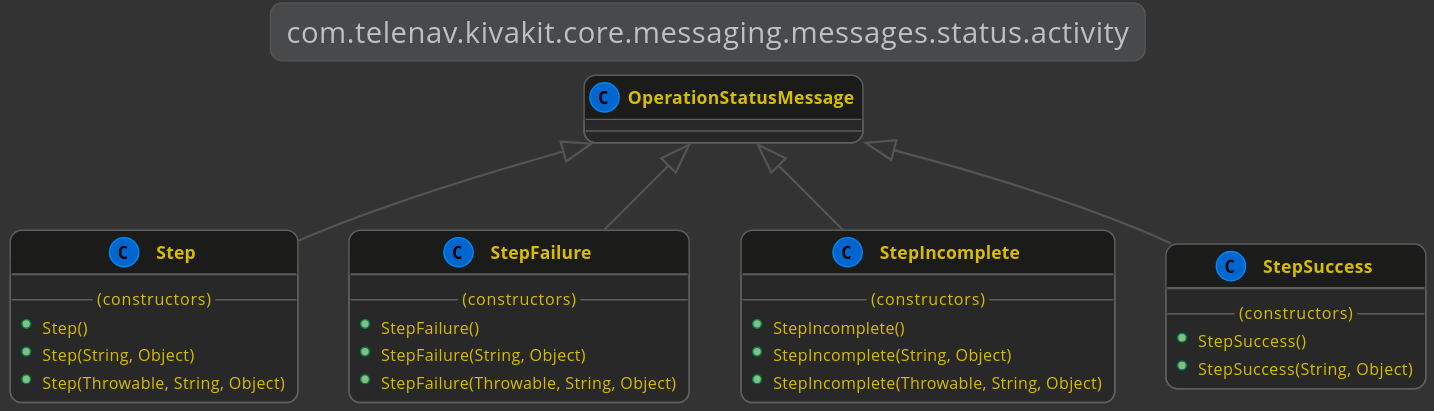
The PlantUML diagram docs/1.15.0/lexakai/kivakit-core/documentation/diagrams/com.telenav.kivakit.core.messaging.messages.status.activity.svg in Telenav/kivakit-assets, before a commit.
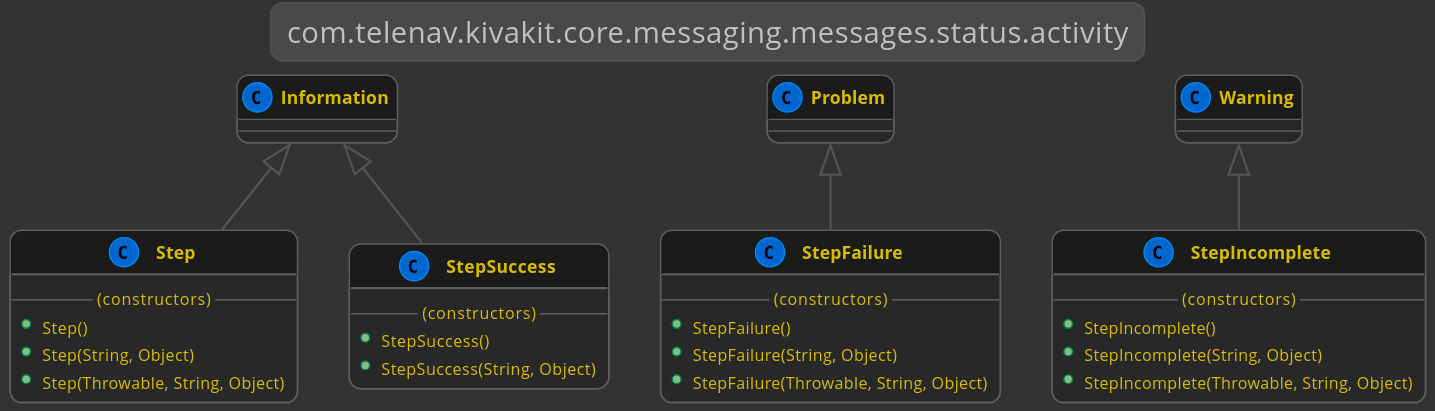
The same file after the commit.

Change to the diagram source:
```diff
@@ -4,7 +4,7 @@
 
     title "com.telenav.kivakit.core.messaging.messages.status.activity"
 
-    OperationStatusMessage <|-- Step
+    Information <|-- Step
     class Step
     {
         --(constructors)--
@@ -13,7 +13,7 @@
         +Step(Throwable, String, Object)
     }
 
-    OperationStatusMessage <|-- StepFailure
+    Problem <|-- StepFailure
     class StepFailure
     {
         --(constructors)--
@@ -22,7 +22,7 @@
         +StepFailure(Throwable, String, Object)
     }
 
-    OperationStatusMessage <|-- StepIncomplete
+    Warning <|-- StepIncomplete
     class StepIncomplete
     {
         --(constructors)--
@@ -31,7 +31,7 @@
         +StepIncomplete(Throwable, String, Object)
     }
 
-    OperationStatusMessage <|-- StepSuccess
+    Information <|-- StepSuccess
     class StepSuccess
     {
         --(constructors)--
```
